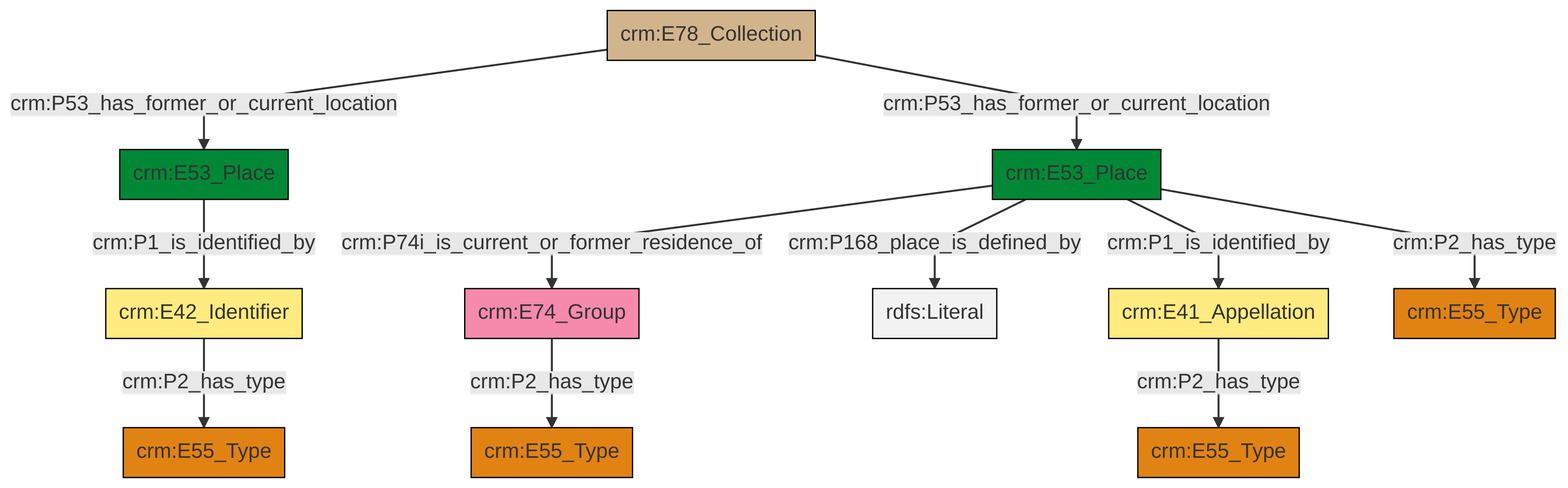
Above: et/archivalCSV/ttl/mmd/png/archival_location.png in swiss-art-research-net/docs.swissartresearch (Mermaid), before the change. Its source is kept beside it as et/archivalCSV/ttl/mmd/archival_location.ttl.mmd.
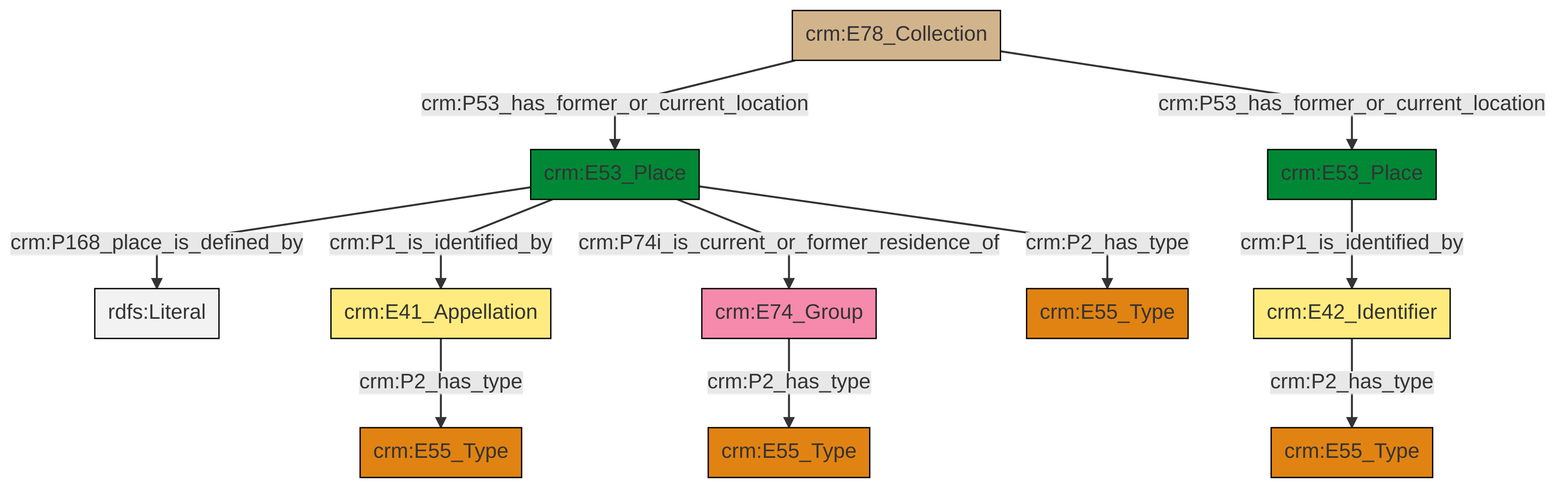
After the change.

What changed in the source:
```diff
@@ -13,13 +13,13 @@
 classDef PC_Classes fill:#4ce600, stroke:#000000;
 classDef Multi fill:#cccccc,stroke:#000000;
 
-5["crm:E53_Place"]:::Place -->|crm:P74i_is_current_or_former_residence_of| 6["crm:E74_Group"]:::Actor
-10["crm:E41_Appellation"]:::Appellation -->|crm:P2_has_type| 3["crm:E55_Type"]:::Type
-5["crm:E53_Place"]:::Place -->|crm:P168_place_is_defined_by| 11[rdfs:Literal]:::Literal
-6["crm:E74_Group"]:::Actor -->|crm:P2_has_type| 12["crm:E55_Type"]:::Type
-13["crm:E78_Collection"]:::Physical_Thing -->|crm:P53_has_former_or_current_location| 14["crm:E53_Place"]:::Place
-14["crm:E53_Place"]:::Place -->|crm:P1_is_identified_by| 15["crm:E42_Identifier"]:::Appellation
-13["crm:E78_Collection"]:::Physical_Thing -->|crm:P53_has_former_or_current_location| 5["crm:E53_Place"]:::Place
-5["crm:E53_Place"]:::Place -->|crm:P1_is_identified_by| 10["crm:E41_Appellation"]:::Appellation
-5["crm:E53_Place"]:::Place -->|crm:P2_has_type| 0["crm:E55_Type"]:::Type
-15["crm:E42_Identifier"]:::Appellation -->|crm:P2_has_type| 7["crm:E55_Type"]:::Type
+2["crm:E78_Collection"]:::Physical_Thing -->|crm:P53_has_former_or_current_location| 3["crm:E53_Place"]:::Place
+0["crm:E74_Group"]:::Actor -->|crm:P2_has_type| 6["crm:E55_Type"]:::Type
+15["crm:E42_Identifier"]:::Appellation -->|crm:P2_has_type| 9["crm:E55_Type"]:::Type
+3["crm:E53_Place"]:::Place -->|crm:P168_place_is_defined_by| 17[rdfs:Literal]:::Literal
+3["crm:E53_Place"]:::Place -->|crm:P1_is_identified_by| 7["crm:E41_Appellation"]:::Appellation
+20["crm:E53_Place"]:::Place -->|crm:P1_is_identified_by| 15["crm:E42_Identifier"]:::Appellation
+3["crm:E53_Place"]:::Place -->|crm:P74i_is_current_or_former_residence_of| 0["crm:E74_Group"]:::Actor
+7["crm:E41_Appellation"]:::Appellation -->|crm:P2_has_type| 13["crm:E55_Type"]:::Type
+3["crm:E53_Place"]:::Place -->|crm:P2_has_type| 21["crm:E55_Type"]:::Type
+2["crm:E78_Collection"]:::Physical_Thing -->|crm:P53_has_former_or_current_location| 20["crm:E53_Place"]:::Place
```
